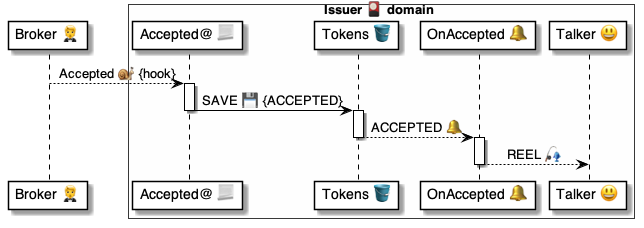
Earlier version of the PlantUML export 4 ⚙️ Solution/41 🎭 Domain Roles/Issuers 🎴/🎴🪣 Issuer tables/Tokens 🎫 table/🪣🔔 2 Accepted/🎴 OnTokenAccepted ⚙️ uml.png (pollyweb-org/pollyweb-docs). Its source is kept beside it as 4 ⚙️ Solution/41 🎭 Domain Roles/Issuers 🎴/🎴🪣 Issuer tables/Tokens 🎫 table/🪣🔔 2 Accepted/🎴 OnTokenAccepted ⚙️ uml.puml.
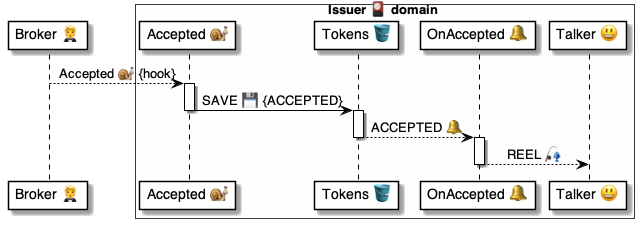
Above is the later version.

Change to the diagram source:
```diff
@@ -3,7 +3,7 @@
 participant "Broker 🤵" as broker
 
 box Issuer 🎴 domain #FFFFFA
-    participant "Accepted@ 📃" as script
+    participant "Accepted 🐌" as script
     participant "Tokens 🪣" as tokens
     participant "OnAccepted 🔔" as handler
     participant "Talker 😃" as talker
```
